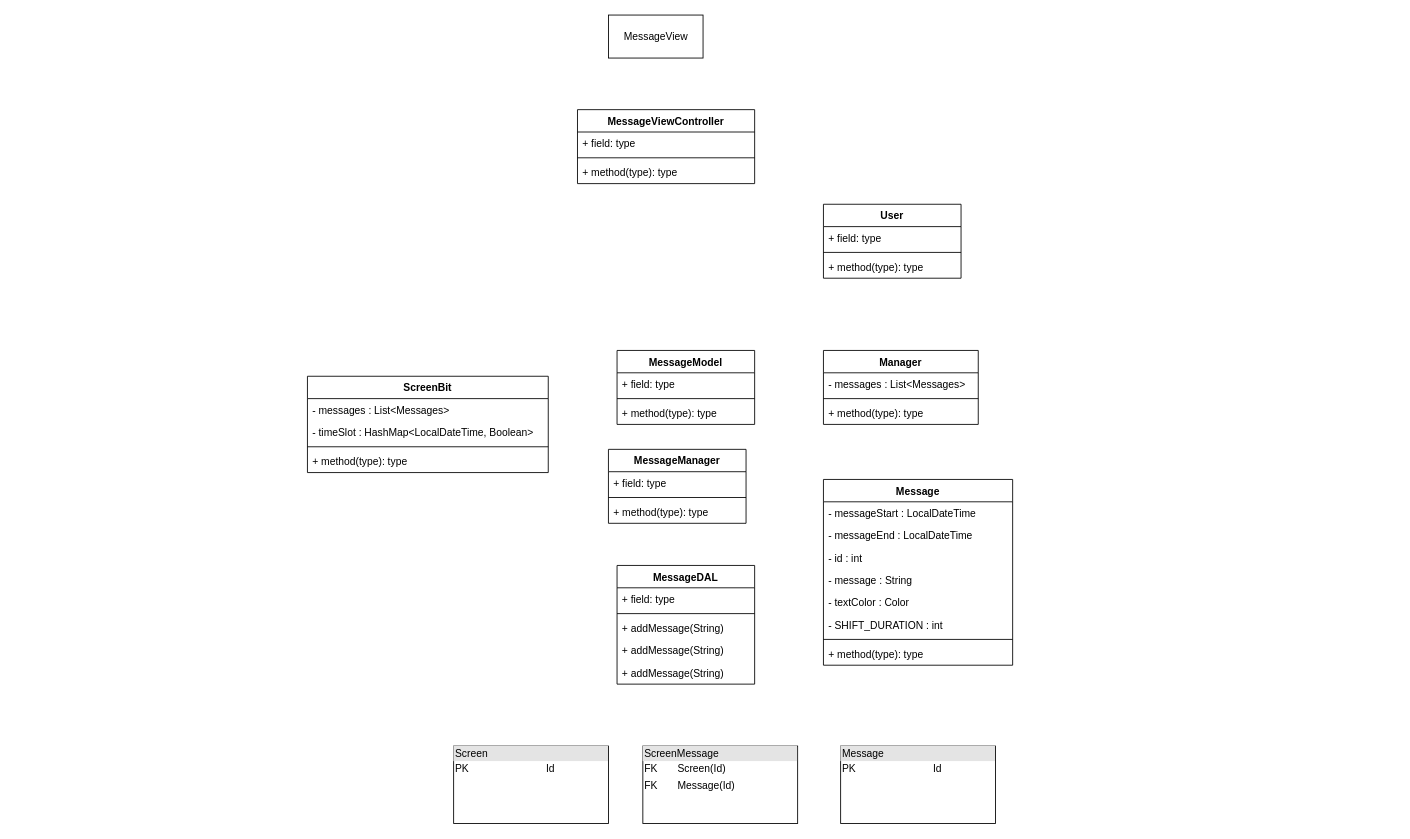
The draw.io diagram page "MOTD" (6 of 6) of UML/PickerStageUML.drawio in Eperty123/ArlaEksamen, before the edit. Source tidied: cells renumbered, new cells numbered last; positions are measured from the earlier drawing's top-left corner, leaving out a move shared by most shapes. Both pictures are drawn from the tidied source at 86%, with x=0, y=0 at pixel (307, 15).
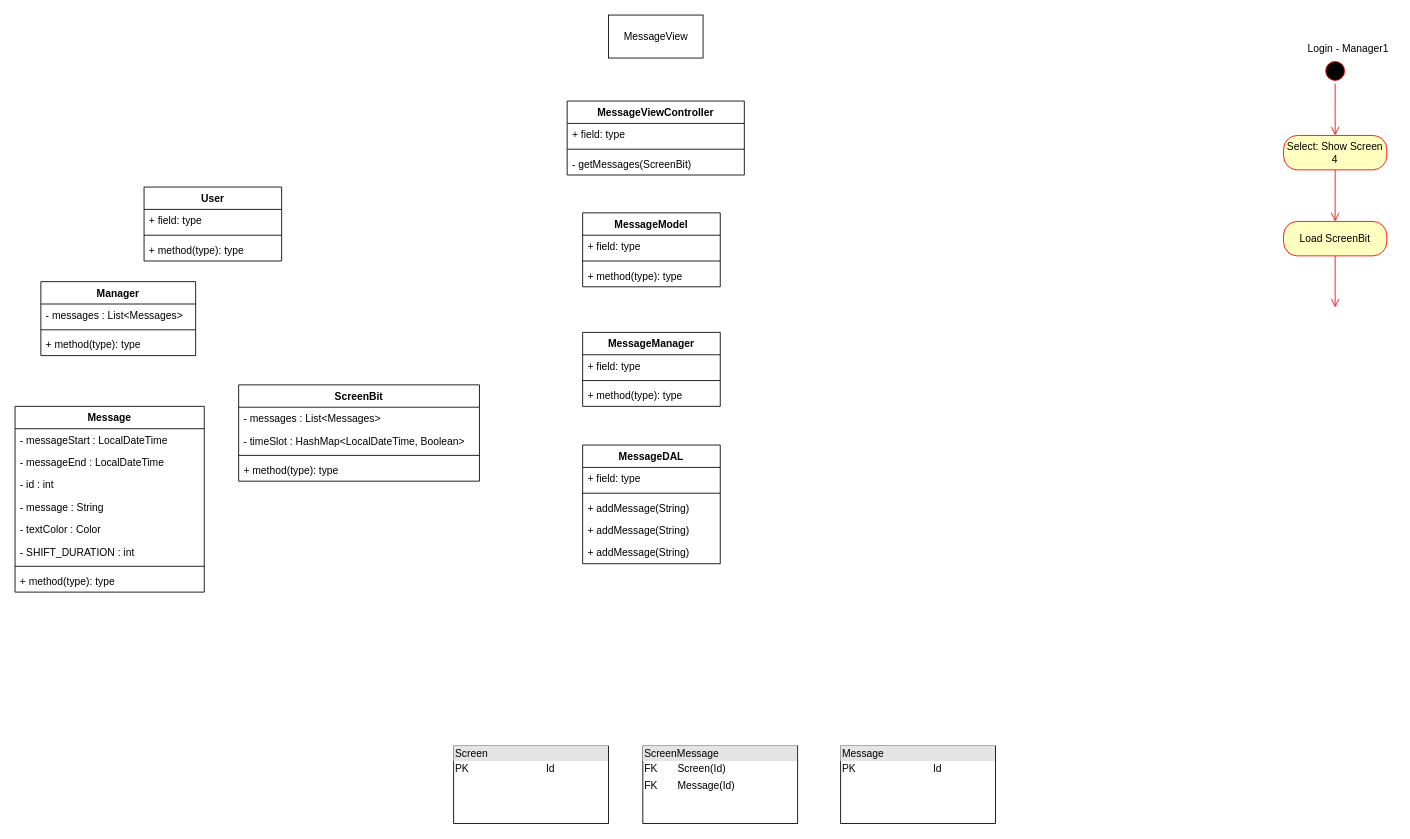
The same diagram, later.

What changed in the source:
```diff
@@
     <mxCell id="2" value="Message" style="swimlane;fontStyle=1;align=center;verticalAlign=top;horizontal=1;startSize=26;" parent="1" vertex="1">
-      <mxGeometry x="600" y="540" width="220" height="216" as="geometry" />
+      <mxGeometry x="-340" y="455" width="220" height="216" as="geometry" />
     </mxCell>
@@
     <mxCell id="11" value="Manager" style="swimlane;fontStyle=1;align=center;verticalAlign=top;horizontal=1;startSize=26;" parent="1" vertex="1">
-      <mxGeometry x="600" y="390" width="180" height="86" as="geometry" />
+      <mxGeometry x="-310" y="310" width="180" height="86" as="geometry" />
     </mxCell>
@@
     <mxCell id="15" value="MessageDAL" style="swimlane;fontStyle=1;align=center;verticalAlign=top;horizontal=1;startSize=26;" parent="1" vertex="1">
-      <mxGeometry x="360" y="640" width="160" height="138" as="geometry" />
+      <mxGeometry x="320" y="500" width="160" height="138" as="geometry" />
     </mxCell>
@@
     <mxCell id="21" value="MessageManager" style="swimlane;fontStyle=1;align=center;verticalAlign=top;horizontal=1;startSize=26;" parent="1" vertex="1">
-      <mxGeometry x="350" y="505" width="160" height="86" as="geometry" />
+      <mxGeometry x="320" y="369" width="160" height="86" as="geometry" />
     </mxCell>
@@
     <mxCell id="25" value="MessageModel" style="swimlane;fontStyle=1;align=center;verticalAlign=top;horizontal=1;startSize=26;" parent="1" vertex="1">
-      <mxGeometry x="360" y="390" width="160" height="86" as="geometry" />
+      <mxGeometry x="320" y="230" width="160" height="86" as="geometry" />
     </mxCell>
@@
     <mxCell id="29" value="User" style="swimlane;fontStyle=1;align=center;verticalAlign=top;horizontal=1;startSize=26;" parent="1" vertex="1">
-      <mxGeometry x="600" y="220" width="160" height="86" as="geometry" />
+      <mxGeometry x="-190" y="200" width="160" height="86" as="geometry" />
     </mxCell>
@@
     <mxCell id="34" value="MessageViewController" style="swimlane;fontStyle=1;align=center;verticalAlign=top;horizontal=1;startSize=26;" parent="1" vertex="1">
-      <mxGeometry x="314" y="110" width="206" height="86" as="geometry" />
+      <mxGeometry x="302" y="100" width="206" height="86" as="geometry" />
     </mxCell>
@@
-    <mxCell id="37" value="+ method(type): type" style="text;strokeColor=none;fillColor=none;align=left;verticalAlign=top;spacingLeft=4;spacingRight=4;overflow=hidden;" parent="34" vertex="1">
+    <mxCell id="37" value="- getMessages(ScreenBit)" style="text;strokeColor=none;fillColor=none;align=left;verticalAlign=top;spacingLeft=4;spacingRight=4;overflow=hidden;" parent="34" vertex="1">
       <mxGeometry y="60" width="206" height="26" as="geometry" />
     </mxCell>
     <mxCell id="38" value="ScreenBit" style="swimlane;fontStyle=1;align=center;verticalAlign=top;horizontal=1;startSize=26;" parent="1" vertex="1">
-      <mxGeometry y="420" width="280" height="112" as="geometry" />
+      <mxGeometry x="-80" y="430" width="280" height="112" as="geometry" />
     </mxCell>
@@
+    <mxCell id="46" style="ellipse;html=1;shape=startState;fillColor=#000000;strokeColor=#ff0000;" parent="1" vertex="1">
+      <mxGeometry x="1180" y="50" width="30" height="30" as="geometry" />
+    </mxCell>
+    <mxCell id="47" style="edgeStyle=orthogonalEdgeStyle;html=1;verticalAlign=bottom;endArrow=open;endSize=8;strokeColor=#ff0000;" parent="1" edge="1" source="46">
+      <mxGeometry relative="1" as="geometry">
+        <mxPoint x="1195" y="140" as="targetPoint" />
+      </mxGeometry>
+    </mxCell>
+    <mxCell id="48" value="Login - Manager1" style="text;html=1;align=center;verticalAlign=middle;strokeColor=none;" parent="1" vertex="1">
+      <mxGeometry x="1155" y="30" width="110" height="20" as="geometry" />
+    </mxCell>
+    <mxCell id="49" value="Select: Show Screen 4" style="rounded=1;whiteSpace=wrap;html=1;arcSize=40;fontColor=#000000;fillColor=#ffffc0;strokeColor=#ff0000;" parent="1" vertex="1">
+      <mxGeometry x="1135" y="140" width="120" height="40" as="geometry" />
+    </mxCell>
+    <mxCell id="50" style="edgeStyle=orthogonalEdgeStyle;html=1;verticalAlign=bottom;endArrow=open;endSize=8;strokeColor=#ff0000;" parent="1" edge="1" source="49">
+      <mxGeometry relative="1" as="geometry">
+        <mxPoint x="1195" y="240" as="targetPoint" />
+      </mxGeometry>
+    </mxCell>
+    <mxCell id="51" value="Load ScreenBit" style="rounded=1;whiteSpace=wrap;html=1;arcSize=40;fontColor=#000000;fillColor=#ffffc0;strokeColor=#ff0000;" parent="1" vertex="1">
+      <mxGeometry x="1135" y="240" width="120" height="40" as="geometry" />
+    </mxCell>
+    <mxCell id="52" style="edgeStyle=orthogonalEdgeStyle;html=1;verticalAlign=bottom;endArrow=open;endSize=8;strokeColor=#ff0000;" parent="1" edge="1" source="51">
+      <mxGeometry relative="1" as="geometry">
+        <mxPoint x="1195" y="340" as="targetPoint" />
+      </mxGeometry>
+    </mxCell>
```
